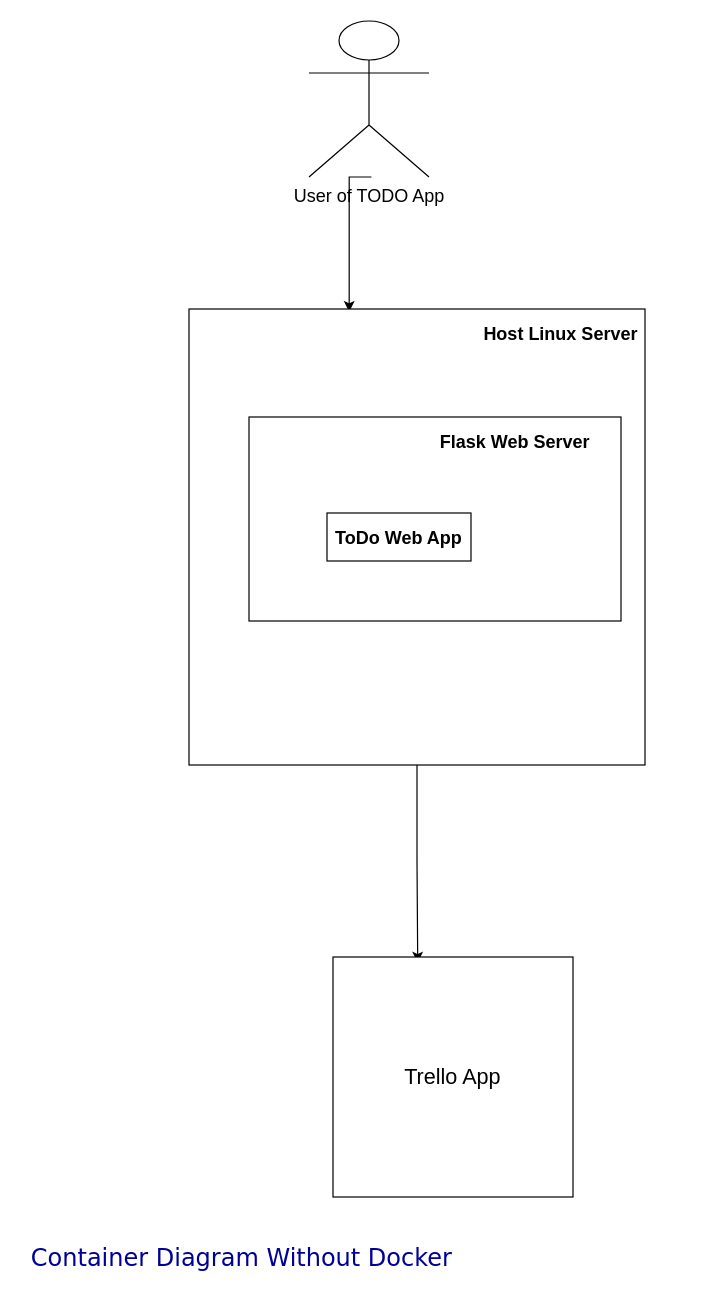
avdhut1977/DevOps-Course-Starter keeps this draw.io diagram as todo_app/diagrams/container_diagram-without_docker.drawio. Above is the earlier version. Source tidied: cells renumbered, new cells numbered last; positions are measured from the earlier drawing's top-left corner, leaving out a move shared by most shapes. Both pictures are drawn from the tidied source at 120%, with x=0, y=0 at pixel (20, 20).
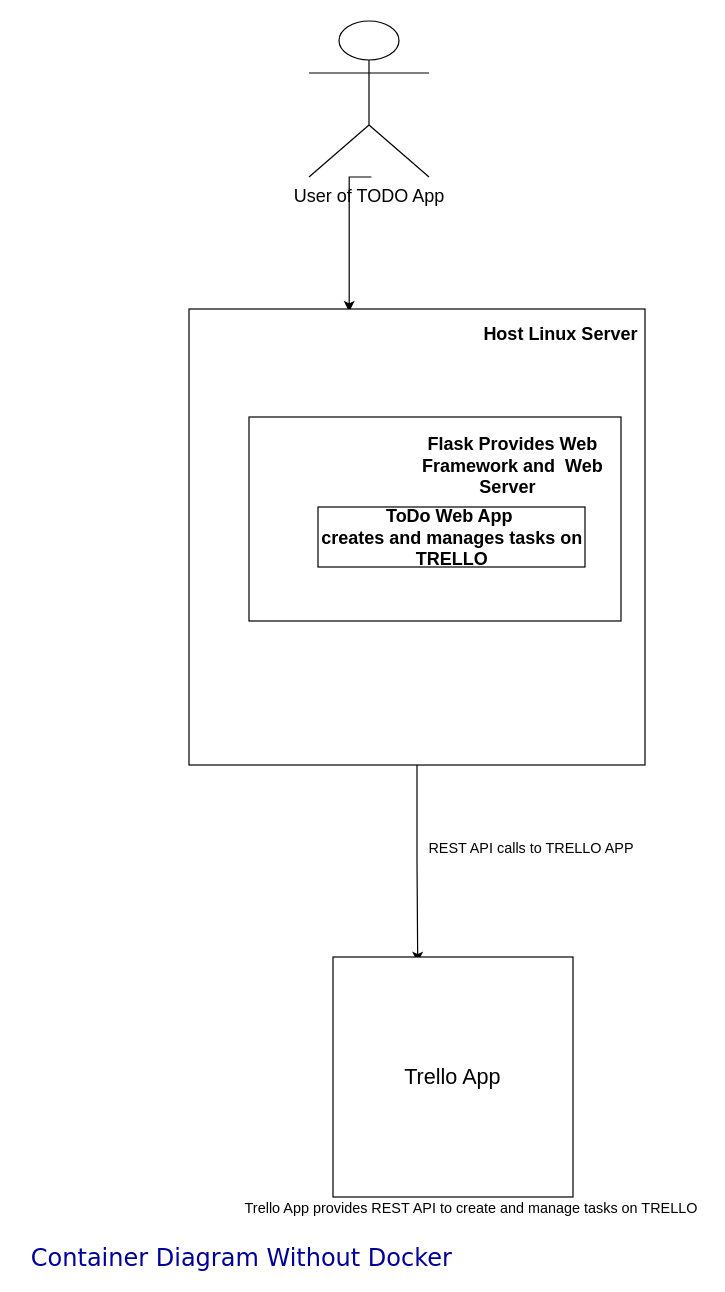
Above is the later version.

The edit, as a diff of the source:
```diff
@@
 <mxGraphModel>
   <root>
     <mxCell id="0" />
     <mxCell id="1" parent="0" />
     <mxCell id="2" style="edgeStyle=orthogonalEdgeStyle;rounded=0;orthogonalLoop=1;jettySize=auto;html=1;entryX=0.346;entryY=0.006;entryDx=0;entryDy=0;entryPerimeter=0;" parent="1" edge="1">
       <mxGeometry relative="1" as="geometry">
         <mxPoint x="292" y="130" as="sourcePoint" />
         <mxPoint x="273.5" y="242.3" as="targetPoint" />
         <Array as="points">
           <mxPoint x="273" y="130" />
         </Array>
       </mxGeometry>
     </mxCell>
     <mxCell id="3" value="&lt;font style=&quot;font-size: 15px&quot;&gt;User of TODO App&lt;/font&gt;" style="shape=umlActor;verticalLabelPosition=bottom;verticalAlign=top;html=1;" parent="1" vertex="1">
       <mxGeometry x="240" width="100" height="130" as="geometry" />
     </mxCell>
     <mxCell id="4" style="edgeStyle=orthogonalEdgeStyle;rounded=0;jettySize=auto;html=1;entryX=0.353;entryY=0.023;entryDx=0;entryDy=0;entryPerimeter=0;" parent="1" edge="1" source="5" target="6">
       <mxGeometry relative="1" as="geometry" />
     </mxCell>
     <mxCell id="5" style="whiteSpace=wrap;html=1;" parent="1" vertex="1">
       <mxGeometry x="140" y="240" width="380" height="380" as="geometry" />
     </mxCell>
     <mxCell id="6" value="&lt;font style=&quot;font-size: 18px&quot;&gt;Trello App&lt;/font&gt;" style="whiteSpace=wrap;html=1;" parent="1" vertex="1">
       <mxGeometry x="260" y="780" width="200" height="200" as="geometry" />
     </mxCell>
     <mxCell id="7" value="&lt;blockquote style=&quot;margin: 0 0 0 40px ; border: none ; padding: 0px&quot;&gt;&lt;blockquote style=&quot;margin: 0 0 0 40px ; border: none ; padding: 0px&quot;&gt;&lt;h2 style=&quot;text-align: justify&quot;&gt;&lt;br&gt;&lt;/h2&gt;&lt;/blockquote&gt;&lt;/blockquote&gt;" style="rounded=0;whiteSpace=wrap;html=1;align=right;" parent="1" vertex="1">
       <mxGeometry x="190" y="330" width="310" height="170" as="geometry" />
     </mxCell>
-    <mxCell id="8" value="&lt;b&gt;&lt;font style=&quot;font-size: 15px&quot;&gt;ToDo Web App&lt;/font&gt;&lt;/b&gt;" style="rounded=0;whiteSpace=wrap;html=1;" parent="1" vertex="1">
-      <mxGeometry x="255" y="410" width="120" height="40" as="geometry" />
+    <mxCell id="8" value="&lt;b&gt;&lt;font style=&quot;font-size: 15px&quot;&gt;ToDo Web App&amp;nbsp;&lt;br&gt;creates and manages tasks on TRELLO&lt;br&gt;&lt;/font&gt;&lt;/b&gt;" style="rounded=0;whiteSpace=wrap;html=1;" parent="1" vertex="1">
+      <mxGeometry x="247.5" y="405" width="222.5" height="50" as="geometry" />
     </mxCell>
-    <mxCell id="9" value="&lt;font style=&quot;font-size: 15px&quot;&gt;&lt;b&gt;Flask Web Server&amp;nbsp;&lt;/b&gt;&lt;/font&gt;" style="text;html=1;strokeColor=none;fillColor=none;align=center;verticalAlign=middle;whiteSpace=wrap;rounded=0;" parent="1" vertex="1">
-      <mxGeometry x="344" y="340" width="140" height="20" as="geometry" />
+    <mxCell id="9" value="&lt;font style=&quot;font-size: 15px&quot;&gt;&lt;b&gt;Flask Provides Web Framework and&amp;nbsp; Web Server&amp;nbsp;&amp;nbsp;&lt;/b&gt;&lt;/font&gt;" style="text;html=1;strokeColor=none;fillColor=none;align=center;verticalAlign=middle;whiteSpace=wrap;rounded=0;" parent="1" vertex="1">
+      <mxGeometry x="320" y="360" width="180" height="20" as="geometry" />
     </mxCell>
     <mxCell id="10" value="&lt;b&gt;&lt;font style=&quot;font-size: 15px&quot;&gt;Host Linux Server&lt;/font&gt;&lt;/b&gt;" style="text;html=1;strokeColor=none;fillColor=none;align=center;verticalAlign=middle;whiteSpace=wrap;rounded=0;" parent="1" vertex="1">
       <mxGeometry x="370" y="250" width="160" height="20" as="geometry" />
     </mxCell>
     <mxCell id="11" value="&lt;font style=&quot;font-size: 20px&quot; face=&quot;Verdana&quot; color=&quot;#000099&quot;&gt;Container Diagram Without Docker&amp;nbsp;&amp;nbsp;&lt;/font&gt;" style="text;html=1;align=center;verticalAlign=middle;" parent="1" vertex="1">
       <mxGeometry y="1020" width="380" height="20" as="geometry" />
     </mxCell>
+    <mxCell id="12" value="Trello App provides REST API to create and manage tasks on TRELLO" style="text;html=1;align=center;verticalAlign=middle;strokeColor=none;" parent="1" vertex="1">
+      <mxGeometry x="180" y="980" width="390" height="20" as="geometry" />
+    </mxCell>
+    <mxCell id="13" value="REST API calls to TRELLO APP" style="text;html=1;align=center;verticalAlign=middle;strokeColor=none;" parent="1" vertex="1">
+      <mxGeometry x="330" y="680" width="190" height="20" as="geometry" />
+    </mxCell>
   </root>
 </mxGraphModel>
```
